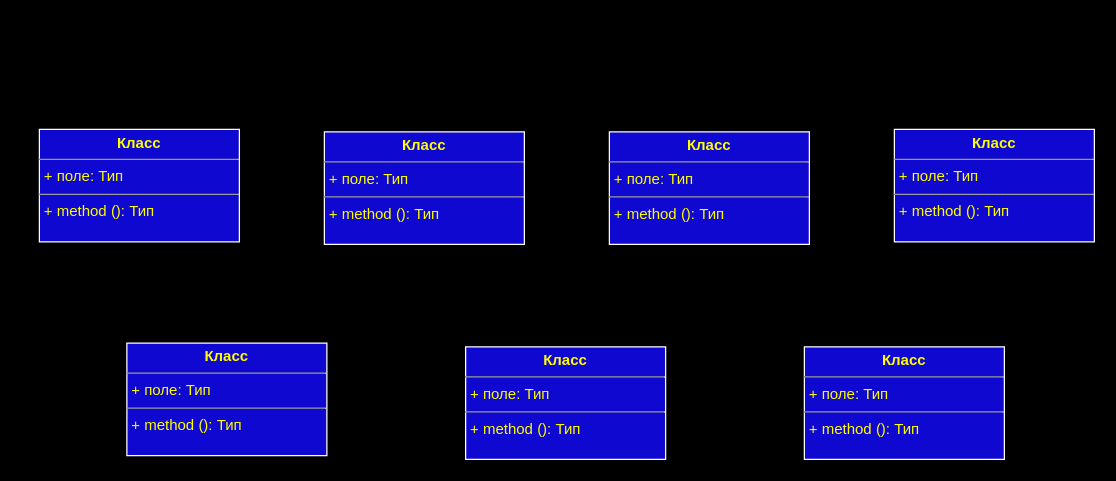
Before: Lab7.drawio in Simonenko75/Simonenko75, a draw.io diagram. Source tidied: cells renumbered, new cells numbered last; positions are measured from the earlier drawing's top-left corner, leaving out a move shared by most shapes. Both pictures are drawn from the tidied source at 125%, with x=0, y=0 at pixel (39, 129).
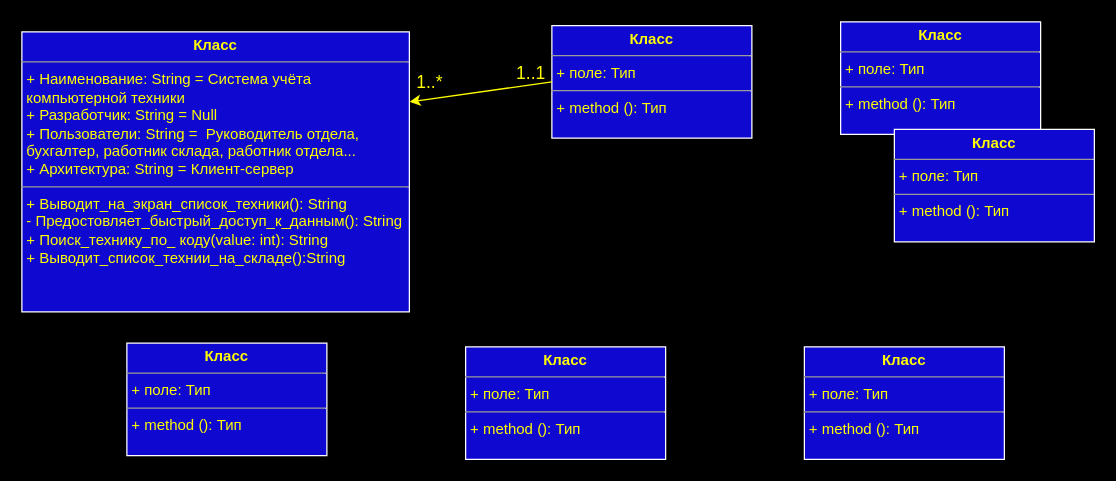
The same page after the edit.

Change to the diagram source:
```diff
@@
 <mxGraphModel background="#000000">
   <root>
     <mxCell id="0" />
     <mxCell id="1" parent="0" />
-    <mxCell id="2" value="&lt;p style=&quot;margin: 0px ; margin-top: 4px ; text-align: center&quot;&gt;&lt;b&gt;Класс&lt;/b&gt;&lt;/p&gt;&lt;hr size=&quot;1&quot;&gt;&lt;p style=&quot;margin: 0px ; margin-left: 4px&quot;&gt;+ поле: Тип&lt;/p&gt;&lt;hr size=&quot;1&quot;&gt;&lt;p style=&quot;margin: 0px ; margin-left: 4px&quot;&gt;+ method (): Тип&lt;/p&gt;" style="verticalAlign=top;align=left;overflow=fill;fontSize=12;fontFamily=Helvetica;html=1;shadow=0;fillColor=#0F08D0;fontColor=#FFFF00;strokeColor=#FFFFFF;" parent="1" vertex="1">
-      <mxGeometry width="160" height="90" as="geometry" />
+    <mxCell id="2" value="&lt;p style=&quot;margin: 0px ; margin-top: 4px ; text-align: center&quot;&gt;&lt;b&gt;Класс&lt;/b&gt;&lt;/p&gt;&lt;hr size=&quot;1&quot;&gt;&lt;p style=&quot;margin: 0px ; margin-left: 4px&quot;&gt;+ Наименование: String = Система учёта&amp;nbsp;&lt;/p&gt;&lt;p style=&quot;margin: 0px ; margin-left: 4px&quot;&gt;компьютерной техники&lt;/p&gt;&lt;p style=&quot;margin: 0px ; margin-left: 4px&quot;&gt;+ Разработчик: String = Null&lt;br&gt;&lt;/p&gt;&lt;p style=&quot;margin: 0px ; margin-left: 4px&quot;&gt;+ Пользователи: String =&amp;nbsp; Руководитель отдела,&amp;nbsp;&lt;/p&gt;&lt;p style=&quot;margin: 0px ; margin-left: 4px&quot;&gt;бухгалтер, работник склада, работник отдела...&lt;/p&gt;&lt;p style=&quot;margin: 0px ; margin-left: 4px&quot;&gt;+ Архитектура: String = Клиент-сервер&lt;/p&gt;&lt;hr size=&quot;1&quot;&gt;&lt;p style=&quot;margin: 0px ; margin-left: 4px&quot;&gt;+ Выводит_на_экран_список_техники(): String&lt;/p&gt;&lt;p style=&quot;margin: 0px ; margin-left: 4px&quot;&gt;- Предостовляет_быстрый_доступ_к_данным(): String&lt;/p&gt;&lt;p style=&quot;margin: 0px ; margin-left: 4px&quot;&gt;+ Поиск_технику_по_ коду(value: int): String&lt;/p&gt;&lt;p style=&quot;margin: 0px ; margin-left: 4px&quot;&gt;+ Выводит_список_технии_на_складе():String&lt;/p&gt;" style="verticalAlign=top;align=left;overflow=fill;fontSize=12;fontFamily=Helvetica;html=1;shadow=0;fillColor=#0F08D0;fontColor=#FFFF00;strokeColor=#FFFFFF;" parent="1" vertex="1">
+      <mxGeometry x="-14" y="-78" width="310" height="224" as="geometry" />
     </mxCell>
     <mxCell id="3" value="&lt;p style=&quot;margin: 0px ; margin-top: 4px ; text-align: center&quot;&gt;&lt;b&gt;Класс&lt;/b&gt;&lt;/p&gt;&lt;hr size=&quot;1&quot;&gt;&lt;p style=&quot;margin: 0px ; margin-left: 4px&quot;&gt;+ поле: Тип&lt;/p&gt;&lt;hr size=&quot;1&quot;&gt;&lt;p style=&quot;margin: 0px ; margin-left: 4px&quot;&gt;+ method (): Тип&lt;/p&gt;" style="verticalAlign=top;align=left;overflow=fill;fontSize=12;fontFamily=Helvetica;html=1;shadow=0;fillColor=#0F08D0;fontColor=#FFFF00;strokeColor=#FFFFFF;" parent="1" vertex="1">
-      <mxGeometry x="228" y="2" width="160" height="90" as="geometry" />
+      <mxGeometry x="410" y="-83" width="160" height="90" as="geometry" />
     </mxCell>
     <mxCell id="4" value="&lt;p style=&quot;margin: 0px ; margin-top: 4px ; text-align: center&quot;&gt;&lt;b&gt;Класс&lt;/b&gt;&lt;/p&gt;&lt;hr size=&quot;1&quot;&gt;&lt;p style=&quot;margin: 0px ; margin-left: 4px&quot;&gt;+ поле: Тип&lt;/p&gt;&lt;hr size=&quot;1&quot;&gt;&lt;p style=&quot;margin: 0px ; margin-left: 4px&quot;&gt;+ method (): Тип&lt;/p&gt;" style="verticalAlign=top;align=left;overflow=fill;fontSize=12;fontFamily=Helvetica;html=1;shadow=0;fillColor=#0F08D0;fontColor=#FFFF00;strokeColor=#FFFFFF;" parent="1" vertex="1">
-      <mxGeometry x="456" y="2" width="160" height="90" as="geometry" />
+      <mxGeometry x="641" y="-86" width="160" height="90" as="geometry" />
     </mxCell>
     <mxCell id="5" value="&lt;p style=&quot;margin: 0px ; margin-top: 4px ; text-align: center&quot;&gt;&lt;b&gt;Класс&lt;/b&gt;&lt;/p&gt;&lt;hr size=&quot;1&quot;&gt;&lt;p style=&quot;margin: 0px ; margin-left: 4px&quot;&gt;+ поле: Тип&lt;/p&gt;&lt;hr size=&quot;1&quot;&gt;&lt;p style=&quot;margin: 0px ; margin-left: 4px&quot;&gt;+ method (): Тип&lt;/p&gt;" style="verticalAlign=top;align=left;overflow=fill;fontSize=12;fontFamily=Helvetica;html=1;shadow=0;fillColor=#0F08D0;fontColor=#FFFF00;strokeColor=#FFFFFF;" parent="1" vertex="1">
       <mxGeometry x="684" width="160" height="90" as="geometry" />
     </mxCell>
     <mxCell id="6" value="&lt;p style=&quot;margin: 0px ; margin-top: 4px ; text-align: center&quot;&gt;&lt;b&gt;Класс&lt;/b&gt;&lt;/p&gt;&lt;hr size=&quot;1&quot;&gt;&lt;p style=&quot;margin: 0px ; margin-left: 4px&quot;&gt;+ поле: Тип&lt;/p&gt;&lt;hr size=&quot;1&quot;&gt;&lt;p style=&quot;margin: 0px ; margin-left: 4px&quot;&gt;+ method (): Тип&lt;/p&gt;" style="verticalAlign=top;align=left;overflow=fill;fontSize=12;fontFamily=Helvetica;html=1;shadow=0;fillColor=#0F08D0;fontColor=#FFFF00;strokeColor=#FFFFFF;" parent="1" vertex="1">
       <mxGeometry x="612" y="174" width="160" height="90" as="geometry" />
     </mxCell>
     <mxCell id="7" value="&lt;p style=&quot;margin: 0px ; margin-top: 4px ; text-align: center&quot;&gt;&lt;b&gt;Класс&lt;/b&gt;&lt;/p&gt;&lt;hr size=&quot;1&quot;&gt;&lt;p style=&quot;margin: 0px ; margin-left: 4px&quot;&gt;+ поле: Тип&lt;/p&gt;&lt;hr size=&quot;1&quot;&gt;&lt;p style=&quot;margin: 0px ; margin-left: 4px&quot;&gt;+ method (): Тип&lt;/p&gt;" style="verticalAlign=top;align=left;overflow=fill;fontSize=12;fontFamily=Helvetica;html=1;shadow=0;fillColor=#0F08D0;fontColor=#FFFF00;strokeColor=#FFFFFF;" parent="1" vertex="1">
       <mxGeometry x="341" y="174" width="160" height="90" as="geometry" />
     </mxCell>
     <mxCell id="8" value="&lt;p style=&quot;margin: 0px ; margin-top: 4px ; text-align: center&quot;&gt;&lt;b&gt;Класс&lt;/b&gt;&lt;/p&gt;&lt;hr size=&quot;1&quot;&gt;&lt;p style=&quot;margin: 0px ; margin-left: 4px&quot;&gt;+ поле: Тип&lt;/p&gt;&lt;hr size=&quot;1&quot;&gt;&lt;p style=&quot;margin: 0px ; margin-left: 4px&quot;&gt;+ method (): Тип&lt;/p&gt;" style="verticalAlign=top;align=left;overflow=fill;fontSize=12;fontFamily=Helvetica;html=1;shadow=0;fillColor=#0F08D0;fontColor=#FFFF00;strokeColor=#FFFFFF;" parent="1" vertex="1">
       <mxGeometry x="70" y="171" width="160" height="90" as="geometry" />
     </mxCell>
+    <mxCell id="9" style="endArrow=classic;html=1;entryX=1;entryY=0.25;entryDx=0;entryDy=0;strokeColor=#FFFF00;startArrow=none;exitX=0;exitY=0.5;exitDx=0;exitDy=0;" parent="1" edge="1" source="3" target="2">
+      <mxGeometry relative="1" as="geometry" />
+    </mxCell>
+    <mxCell id="10" value="&lt;font style=&quot;font-size: 14px&quot;&gt;1..1&lt;/font&gt;" style="text;html=1;align=center;verticalAlign=middle;strokeColor=none;fontColor=#FFFF00;" parent="1" vertex="1">
+      <mxGeometry x="376" y="-54" width="33" height="18" as="geometry" />
+    </mxCell>
+    <mxCell id="11" value="&lt;font style=&quot;vertical-align: inherit ; font-size: 14px&quot;&gt;1..*&lt;/font&gt;" style="text;html=1;align=center;verticalAlign=middle;strokeColor=none;fontColor=#FFFF00;" parent="1" vertex="1">
+      <mxGeometry x="296" y="-47" width="31" height="18" as="geometry" />
+    </mxCell>
   </root>
 </mxGraphModel>
```
